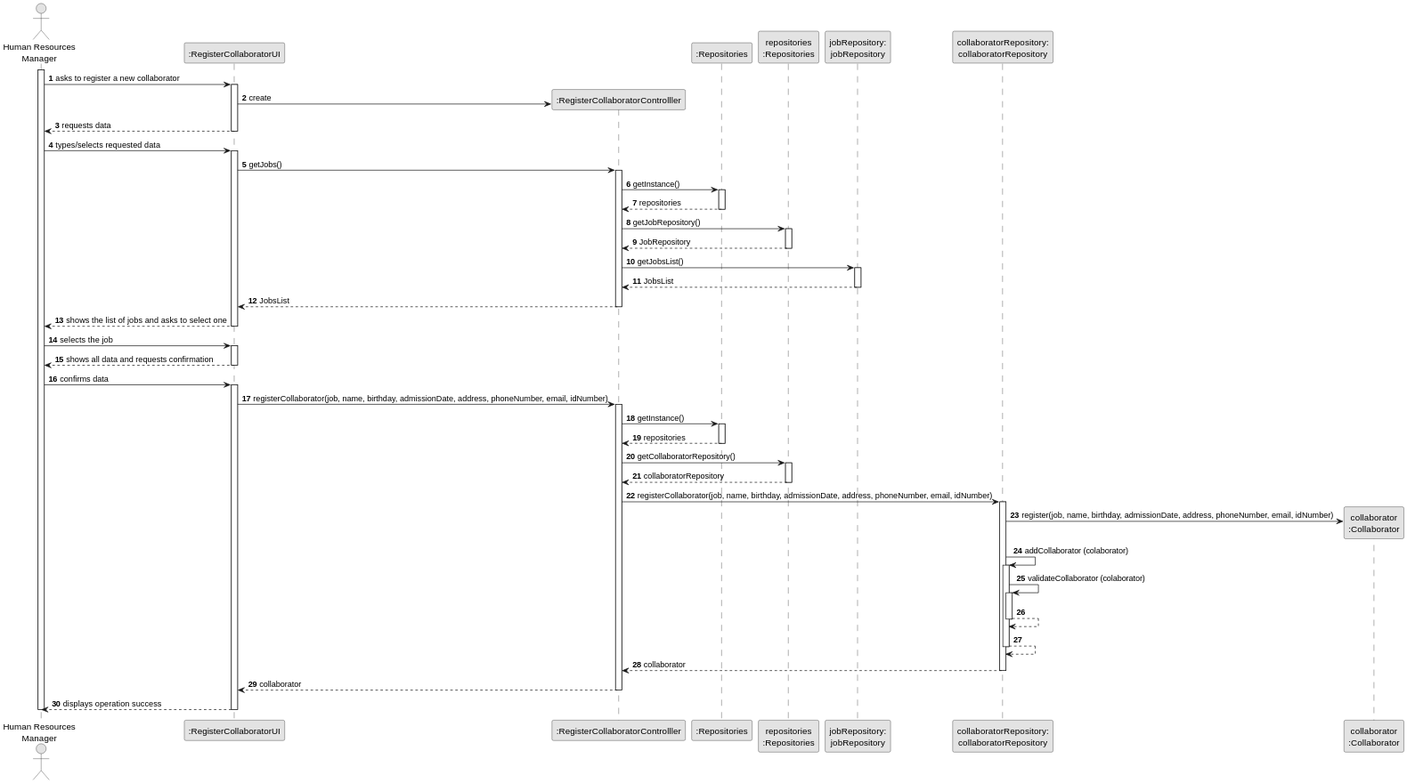
This is docs/sprintA&B/us003/03.design/svg/us003-sequence-diagram-full.svg from daniel41silva05/ISEP_2023_2024_LAPR2, a PlantUML export, as it was before one commit. The source it was exported from:
```plantuml
@startuml
skinparam monochrome true
skinparam packageStyle rectangle
skinparam shadowing false

autonumber

actor "Human Resources\nManager" as HRM
participant ":RegisterCollaboratorUI" as UI
participant ":RegisterCollaboratorControlller" as CTRL
participant ":Repositories" as REP
participant "repositories\n:Repositories" as REPS
participant "jobRepository:\njobRepository" as jobRepository
participant "collaboratorRepository:\ncollaboratorRepository" as collaboratorRepository
participant "collaborator\n:Collaborator" as COLLABORATOR

activate HRM

    HRM -> UI : asks to register a new collaborator
    activate UI

        UI -> CTRL** : create

    UI --> HRM : requests data
    deactivate UI

    HRM -> UI : types/selects requested data
    activate UI

        UI -> CTRL : getJobs()
        activate CTRL

            CTRL -> REP : getInstance()
            activate REP

            REP --> CTRL: repositories
            deactivate REP

            CTRL -> REPS : getJobRepository()
            activate REPS

            REPS --> CTRL: JobRepository
            deactivate REPS

            CTRL -> jobRepository: getJobsList()
            activate jobRepository

            jobRepository --> CTRL : JobsList
            deactivate jobRepository

            CTRL --> UI : JobsList
            deactivate CTRL

    UI --> HRM : shows the list of jobs and asks to select one
    deactivate UI

    HRM -> UI : selects the job
    activate UI

    UI --> HRM : shows all data and requests confirmation
    deactivate UI

    HRM -> UI : confirms data
    activate UI

        UI -> CTRL: registerCollaborator(job, name, birthday, admissionDate, address, phoneNumber, email, idNumber)
        activate CTRL

            CTRL -> REP: getInstance()
            activate REP

            REP --> CTRL: repositories
            deactivate REP

            CTRL -> REPS: getCollaboratorRepository()
            activate REPS

            REPS --> CTRL: collaboratorRepository
            deactivate REPS

            CTRL -> collaboratorRepository: registerCollaborator(job, name, birthday, admissionDate, address, phoneNumber, email, idNumber)
            activate collaboratorRepository

                collaboratorRepository -> COLLABORATOR** : register(job, name, birthday, admissionDate, address, phoneNumber, email, idNumber)

                collaboratorRepository -> collaboratorRepository: addCollaborator (colaborator)
                activate collaboratorRepository

                collaboratorRepository -> collaboratorRepository: validateCollaborator (colaborator)
                activate collaboratorRepository

                collaboratorRepository --> collaboratorRepository
                deactivate collaboratorRepository

                collaboratorRepository --> collaboratorRepository
                deactivate collaboratorRepository

            collaboratorRepository --> CTRL: collaborator
            deactivate collaboratorRepository

        CTRL --> UI: collaborator
        deactivate CTRL

    UI --> HRM: displays operation success
    deactivate UI

deactivate HRM
@enduml
```
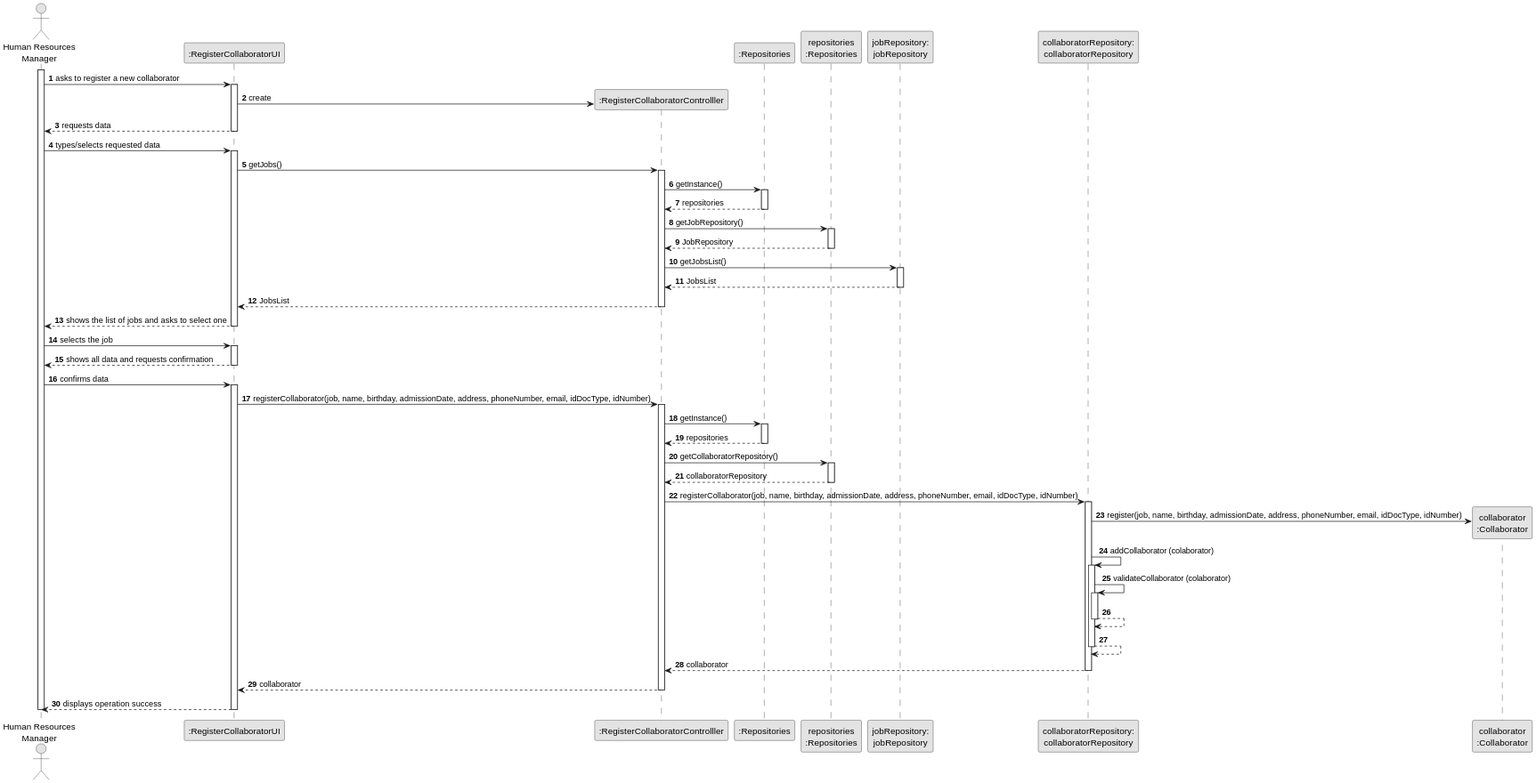
Later version of the same file.

Commit message:
ED-17 US03 - update Class Diagram

Change to the diagram source:
```diff
@@ -63,7 +63,7 @@
     HRM -> UI : confirms data
     activate UI
 
-        UI -> CTRL: registerCollaborator(job, name, birthday, admissionDate, address, phoneNumber, email, idNumber)
+        UI -> CTRL: registerCollaborator(job, name, birthday, admissionDate, address, phoneNumber, email, idDocType, idNumber)
         activate CTRL
 
             CTRL -> REP: getInstance()
@@ -78,10 +78,10 @@
             REPS --> CTRL: collaboratorRepository
             deactivate REPS
 
-            CTRL -> collaboratorRepository: registerCollaborator(job, name, birthday, admissionDate, address, phoneNumber, email, idNumber)
+            CTRL -> collaboratorRepository: registerCollaborator(job, name, birthday, admissionDate, address, phoneNumber, email, idDocType, idNumber)
             activate collaboratorRepository
 
-                collaboratorRepository -> COLLABORATOR** : register(job, name, birthday, admissionDate, address, phoneNumber, email, idNumber)
+                collaboratorRepository -> COLLABORATOR** : register(job, name, birthday, admissionDate, address, phoneNumber, email, idDocType, idNumber)
 
                 collaboratorRepository -> collaboratorRepository: addCollaborator (colaborator)
                 activate collaboratorRepository
```
